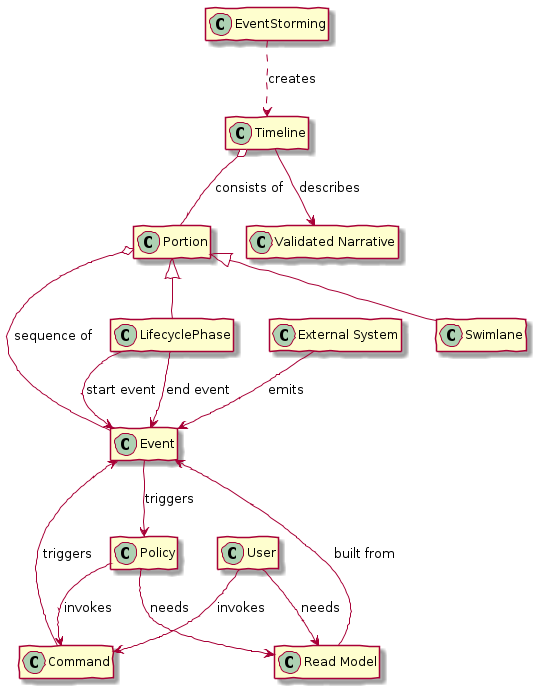
Before: event-storming.png, a diagram exported from PlantUML (cer/event-storming-model).
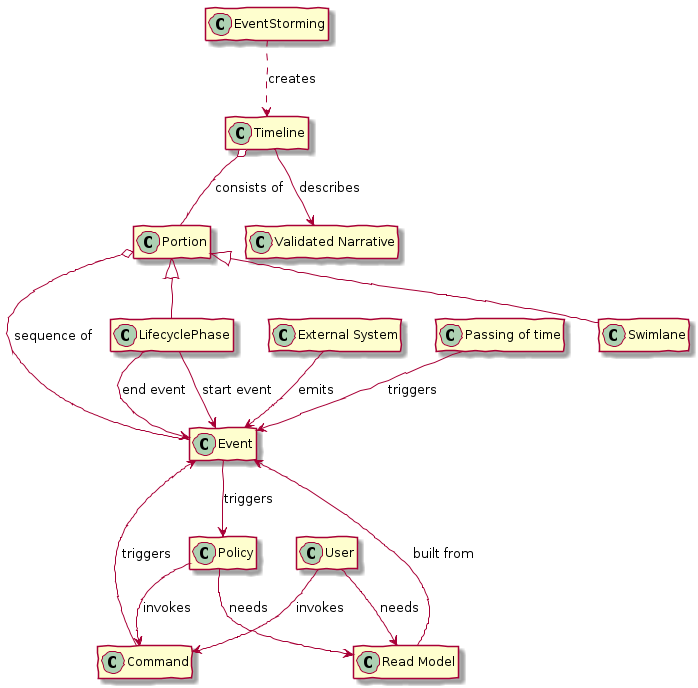
The same file after the commit.

Commit message:
Updated diagram to show that time can trigger an event

Change to the diagram source:
```diff
@@ -44,4 +44,6 @@
 
 "External System" --> Event : emits
 
+"Passing of time" --> Event : triggers
+
 @enduml
```
